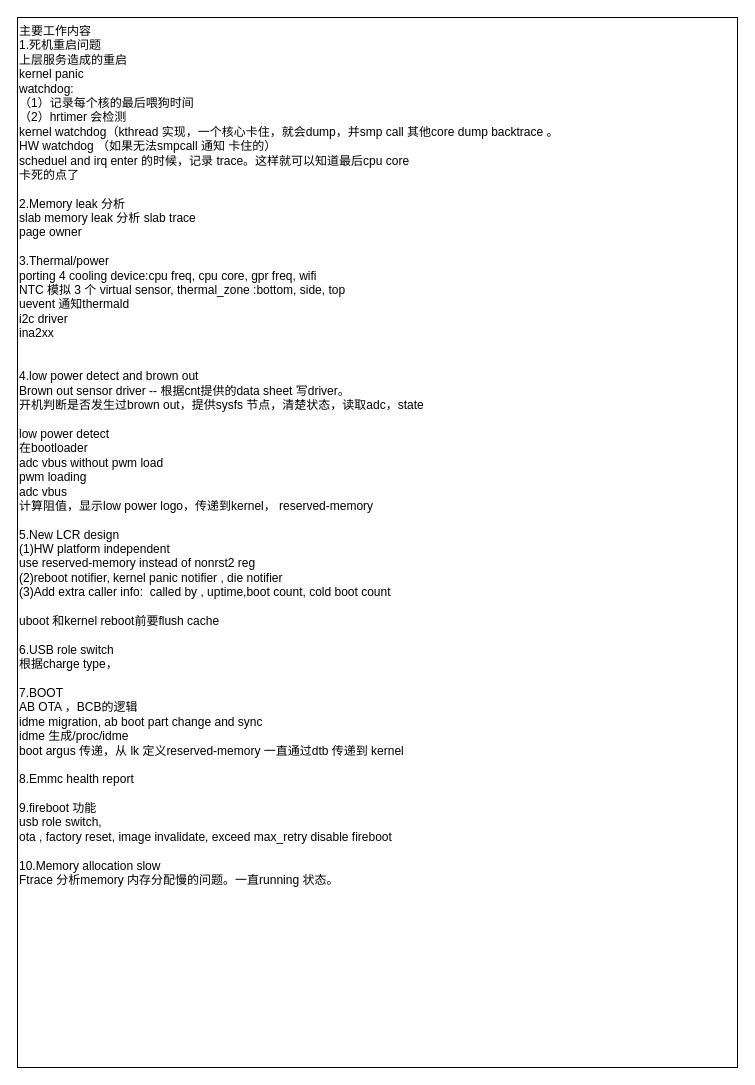
The draw.io diagram 工作经历.drawio in skyliangbogit/test, before the edit. Source tidied: cells renumbered, new cells numbered last; positions are measured from the earlier drawing's top-left corner, leaving out a move shared by most shapes. Both pictures are drawn from the tidied source at 100%, with x=0, y=0 at pixel (17, 17).
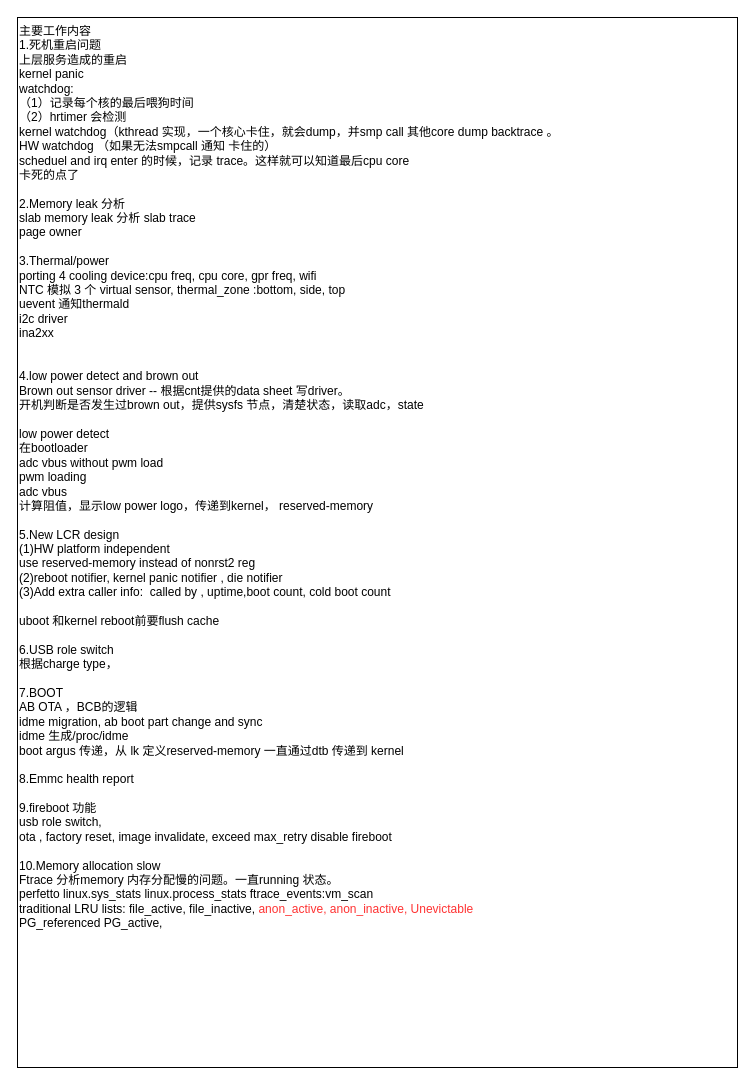
The same diagram, later.

Commit message (it also covers changes not shown here):
更新工作经历.drawio

The edit, as a diff of the source:
```diff
@@
 <mxGraphModel>
   <root>
     <mxCell id="0" />
     <mxCell id="1" parent="0" />
-    <mxCell id="2" value="主要工作内容&lt;div&gt;1.死机重启问题&lt;/div&gt;&lt;div&gt;上层服务造成的重启&lt;/div&gt;&lt;div&gt;kernel panic&lt;/div&gt;&lt;div&gt;watchdog:&amp;nbsp;&lt;/div&gt;&lt;div&gt;（1）记录每个核的最后喂狗时间&lt;/div&gt;&lt;div&gt;（2）hrtimer 会检测&lt;/div&gt;&lt;div&gt;kernel watchdog（kthread 实现，一个核心卡住，就会dump，并smp call 其他core dump backtrace&amp;nbsp;&lt;span style=&quot;background-color: transparent; color: light-dark(rgb(0, 0, 0), rgb(255, 255, 255));&quot;&gt;。&lt;/span&gt;&lt;/div&gt;&lt;div&gt;&lt;div&gt;HW watchdog （如果无法smpcall 通知 卡住的）&lt;/div&gt;&lt;div&gt;scheduel and irq enter 的时候，记录 trace。&lt;span style=&quot;background-color: transparent; color: light-dark(rgb(0, 0, 0), rgb(255, 255, 255));&quot;&gt;这样就可以知道最后cpu core&lt;/span&gt;&lt;/div&gt;&lt;div&gt;卡死的点了&lt;/div&gt;&lt;/div&gt;&lt;div&gt;&lt;br&gt;&lt;/div&gt;&lt;div&gt;2.Memory leak 分析&lt;/div&gt;&lt;div&gt;slab memory leak 分析 slab trace&lt;/div&gt;&lt;div&gt;page owner&lt;/div&gt;&lt;div&gt;&lt;br&gt;&lt;/div&gt;&lt;div&gt;3.Thermal/power&lt;/div&gt;&lt;div&gt;porting 4 cooling device:cpu freq, cpu core, gpr freq, wifi&lt;/div&gt;&lt;div&gt;NTC 模拟 3 个 virtual sensor, thermal_zone :bottom, side, top&lt;/div&gt;&lt;div&gt;uevent 通知thermald&lt;/div&gt;&lt;div&gt;i2c driver&lt;/div&gt;&lt;div&gt;ina2xx&amp;nbsp;&lt;/div&gt;&lt;div&gt;&lt;br&gt;&lt;/div&gt;&lt;div&gt;&lt;br&gt;&lt;/div&gt;&lt;div&gt;4.low power detect and brown out&lt;/div&gt;&lt;div&gt;Brown out sensor driver -- 根据cnt提供的data sheet 写driver。&lt;/div&gt;&lt;div&gt;开机判断是否发生过brown out，提供sysfs 节点，清楚状态，读取adc，state&lt;/div&gt;&lt;div&gt;&lt;br&gt;&lt;/div&gt;&lt;div&gt;low power detect&lt;/div&gt;&lt;div&gt;在bootloader&lt;/div&gt;&lt;div&gt;adc vbus without pwm load&lt;/div&gt;&lt;div&gt;pwm loading&lt;/div&gt;&lt;div&gt;adc vbus&lt;/div&gt;&lt;div&gt;计算阻值，显示low power logo，传递到kernel， reserved-memory&lt;/div&gt;&lt;div&gt;&lt;br&gt;&lt;/div&gt;&lt;div&gt;5.New LCR design&lt;/div&gt;&lt;div&gt;(1)HW platform independent&lt;/div&gt;&lt;div&gt;use reserved-memory instead of nonrst2 reg&lt;/div&gt;&lt;div&gt;(2)reboot notifier, kernel panic notifier , die notifier&lt;/div&gt;&lt;div&gt;(3)Add extra caller info:&amp;nbsp; called by , uptime,boot count, cold boot count&lt;/div&gt;&lt;div&gt;&lt;br&gt;&lt;/div&gt;&lt;div&gt;uboot 和kernel reboot前要flush cache&lt;/div&gt;&lt;div&gt;&lt;br&gt;&lt;/div&gt;&lt;div&gt;6.USB role switch&lt;/div&gt;&lt;div&gt;根据charge type，&lt;/div&gt;&lt;div&gt;&lt;br&gt;&lt;/div&gt;&lt;div&gt;7.BOOT&lt;/div&gt;&lt;div&gt;AB OTA ，BCB的逻辑&lt;/div&gt;&lt;div&gt;idme migration, ab boot part change and sync&lt;/div&gt;&lt;div&gt;idme 生成/proc/idme&lt;/div&gt;&lt;div&gt;boot argus 传递，从 lk 定义reserved-memory 一直通过dtb 传递到 kernel&lt;/div&gt;&lt;div&gt;&lt;br&gt;&lt;/div&gt;&lt;div&gt;8.Emmc health report&lt;/div&gt;&lt;div&gt;&lt;br&gt;&lt;/div&gt;&lt;div&gt;9.fireboot 功能&lt;/div&gt;&lt;div&gt;usb role switch,&lt;/div&gt;&lt;div&gt;ota , factory reset, image invalidate, exceed max_retry disable fireboot&lt;/div&gt;&lt;div&gt;&lt;br&gt;&lt;/div&gt;&lt;div&gt;10.Memory allocation slow&lt;/div&gt;&lt;div&gt;Ftrace 分析memory&amp;nbsp;&lt;span style=&quot;background-color: transparent; color: light-dark(rgb(0, 0, 0), rgb(255, 255, 255));&quot;&gt;内存&lt;/span&gt;&lt;span style=&quot;background-color: transparent; color: light-dark(rgb(0, 0, 0), rgb(255, 255, 255));&quot;&gt;分配慢的问题。一直running 状态。&lt;/span&gt;&lt;/div&gt;&lt;div&gt;&lt;br&gt;&lt;/div&gt;" style="whiteSpace=wrap;html=1;align=left;verticalAlign=top;" parent="1" vertex="1">
+    <mxCell id="2" value="主要工作内容&lt;div&gt;1.死机重启问题&lt;/div&gt;&lt;div&gt;上层服务造成的重启&lt;/div&gt;&lt;div&gt;kernel panic&lt;/div&gt;&lt;div&gt;watchdog:&amp;nbsp;&lt;/div&gt;&lt;div&gt;（1）记录每个核的最后喂狗时间&lt;/div&gt;&lt;div&gt;（2）hrtimer 会检测&lt;/div&gt;&lt;div&gt;kernel watchdog（kthread 实现，一个核心卡住，就会dump，并smp call 其他core dump backtrace&amp;nbsp;&lt;span style=&quot;background-color: transparent; color: light-dark(rgb(0, 0, 0), rgb(255, 255, 255));&quot;&gt;。&lt;/span&gt;&lt;/div&gt;&lt;div&gt;&lt;div&gt;HW watchdog （如果无法smpcall 通知 卡住的）&lt;/div&gt;&lt;div&gt;scheduel and irq enter 的时候，记录 trace。&lt;span style=&quot;background-color: transparent; color: light-dark(rgb(0, 0, 0), rgb(255, 255, 255));&quot;&gt;这样就可以知道最后cpu core&lt;/span&gt;&lt;/div&gt;&lt;div&gt;卡死的点了&lt;/div&gt;&lt;/div&gt;&lt;div&gt;&lt;br&gt;&lt;/div&gt;&lt;div&gt;2.Memory leak 分析&lt;/div&gt;&lt;div&gt;slab memory leak 分析 slab trace&lt;/div&gt;&lt;div&gt;page owner&lt;/div&gt;&lt;div&gt;&lt;br&gt;&lt;/div&gt;&lt;div&gt;3.Thermal/power&lt;/div&gt;&lt;div&gt;porting 4 cooling device:cpu freq, cpu core, gpr freq, wifi&lt;/div&gt;&lt;div&gt;NTC 模拟 3 个 virtual sensor, thermal_zone :bottom, side, top&lt;/div&gt;&lt;div&gt;uevent 通知thermald&lt;/div&gt;&lt;div&gt;i2c driver&lt;/div&gt;&lt;div&gt;ina2xx&amp;nbsp;&lt;/div&gt;&lt;div&gt;&lt;br&gt;&lt;/div&gt;&lt;div&gt;&lt;br&gt;&lt;/div&gt;&lt;div&gt;4.low power detect and brown out&lt;/div&gt;&lt;div&gt;Brown out sensor driver -- 根据cnt提供的data sheet 写driver。&lt;/div&gt;&lt;div&gt;开机判断是否发生过brown out，提供sysfs 节点，清楚状态，读取adc，state&lt;/div&gt;&lt;div&gt;&lt;br&gt;&lt;/div&gt;&lt;div&gt;low power detect&lt;/div&gt;&lt;div&gt;在bootloader&lt;/div&gt;&lt;div&gt;adc vbus without pwm load&lt;/div&gt;&lt;div&gt;pwm loading&lt;/div&gt;&lt;div&gt;adc vbus&lt;/div&gt;&lt;div&gt;计算阻值，显示low power logo，传递到kernel， reserved-memory&lt;/div&gt;&lt;div&gt;&lt;br&gt;&lt;/div&gt;&lt;div&gt;5.New LCR design&lt;/div&gt;&lt;div&gt;(1)HW platform independent&lt;/div&gt;&lt;div&gt;use reserved-memory instead of nonrst2 reg&lt;/div&gt;&lt;div&gt;(2)reboot notifier, kernel panic notifier , die notifier&lt;/div&gt;&lt;div&gt;(3)Add extra caller info:&amp;nbsp; called by , uptime,boot count, cold boot count&lt;/div&gt;&lt;div&gt;&lt;br&gt;&lt;/div&gt;&lt;div&gt;uboot 和kernel reboot前要flush cache&lt;/div&gt;&lt;div&gt;&lt;br&gt;&lt;/div&gt;&lt;div&gt;6.USB role switch&lt;/div&gt;&lt;div&gt;根据charge type，&lt;/div&gt;&lt;div&gt;&lt;br&gt;&lt;/div&gt;&lt;div&gt;7.BOOT&lt;/div&gt;&lt;div&gt;AB OTA ，BCB的逻辑&lt;/div&gt;&lt;div&gt;idme migration, ab boot part change and sync&lt;/div&gt;&lt;div&gt;idme 生成/proc/idme&lt;/div&gt;&lt;div&gt;boot argus 传递，从 lk 定义reserved-memory 一直通过dtb 传递到 kernel&lt;/div&gt;&lt;div&gt;&lt;br&gt;&lt;/div&gt;&lt;div&gt;8.Emmc health report&lt;/div&gt;&lt;div&gt;&lt;br&gt;&lt;/div&gt;&lt;div&gt;9.fireboot 功能&lt;/div&gt;&lt;div&gt;usb role switch,&lt;/div&gt;&lt;div&gt;ota , factory reset, image invalidate, exceed max_retry disable fireboot&lt;/div&gt;&lt;div&gt;&lt;br&gt;&lt;/div&gt;&lt;div&gt;10.Memory allocation slow&lt;/div&gt;&lt;div&gt;Ftrace 分析memory&amp;nbsp;&lt;span style=&quot;background-color: transparent; color: light-dark(rgb(0, 0, 0), rgb(255, 255, 255));&quot;&gt;内存&lt;/span&gt;&lt;span style=&quot;background-color: transparent; color: light-dark(rgb(0, 0, 0), rgb(255, 255, 255));&quot;&gt;分配慢的问题。一直running 状态。&lt;/span&gt;&lt;/div&gt;&lt;div&gt;&lt;span style=&quot;background-color: transparent; color: light-dark(rgb(0, 0, 0), rgb(255, 255, 255));&quot;&gt;perfetto linux.sys_stats linux.process_stats ftrace_events:vm_scan&lt;/span&gt;&lt;/div&gt;&lt;div&gt;traditional LRU lists: file_active, file_inactive,&lt;font style=&quot;color: rgb(255, 51, 51);&quot;&gt; anon_active, anon_inactive, Unevictable&lt;/font&gt;&lt;/div&gt;&lt;div&gt;PG_referenced PG_active,&lt;/div&gt;&lt;div&gt;&lt;br&gt;&lt;/div&gt;" style="whiteSpace=wrap;html=1;align=left;verticalAlign=top;" parent="1" vertex="1">
       <mxGeometry width="720" height="1050" as="geometry" />
     </mxCell>
   </root>
 </mxGraphModel>
```
